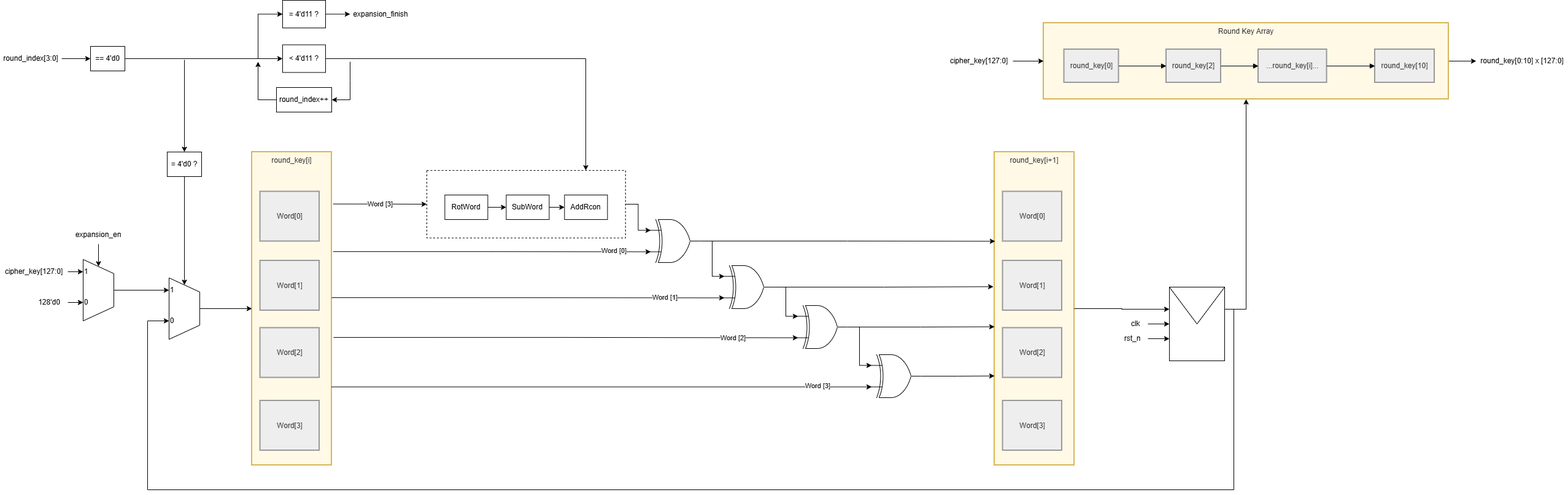
LQLManZz/AES128-Verilog keeps this draw.io diagram as media/AESKeyExpansionLowDes.png. Above is the earlier version. Source tidied: cells renumbered, new cells last; positions are measured from the earlier drawing's top-left corner, leaving out a move shared by most shapes.
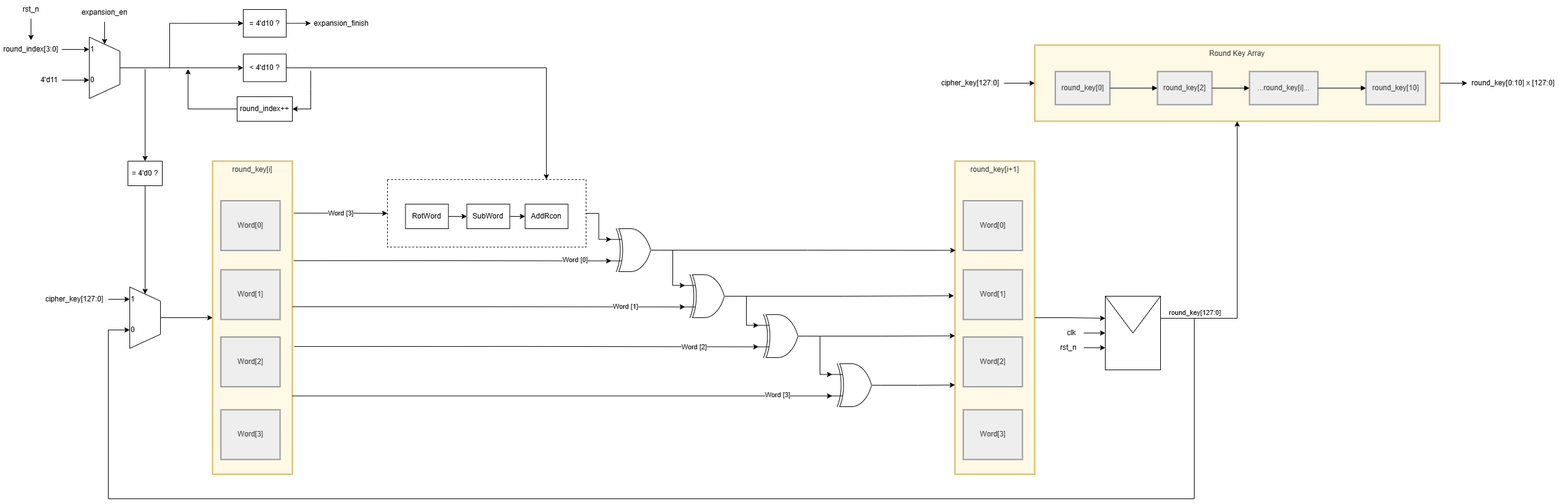
Later version of the same file.

Change to the diagram source:
```diff
@@ -6,7 +6,7 @@
       <mxGeometry relative="1" as="geometry" />
     </mxCell>
     <mxCell id="3" value="Round Key Array" style="whiteSpace=wrap;strokeWidth=2;verticalAlign=top;fillColor=#fff9e6;strokeColor=#d6b656;fontColor=light-dark(#333333,#cccccc);" parent="1" vertex="1">
-      <mxGeometry x="1700" y="37" width="660" height="124" as="geometry" />
+      <mxGeometry x="1750" y="58" width="660" height="124" as="geometry" />
     </mxCell>
     <mxCell id="4" value="round_key[0]" style="whiteSpace=wrap;strokeWidth=2;fillColor=light-dark(#eeeeee,#1f2020);strokeColor=light-dark(#999999,#cccccc);fontColor=light-dark(#333333,#cccccc);" parent="3" vertex="1">
       <mxGeometry x="33.5" y="43" width="89" height="54" as="geometry" />
@@ -33,7 +33,7 @@
       <mxGeometry x="1180" y="432" width="80" height="70" as="geometry" />
     </mxCell>
     <mxCell id="12" value="round_key[0:10] x [127:0]" style="text;html=1;whiteSpace=wrap;strokeColor=none;fillColor=none;align=center;verticalAlign=middle;rounded=0;" parent="1" vertex="1">
-      <mxGeometry x="2405" y="84" width="150" height="30" as="geometry" />
+      <mxGeometry x="2455" y="105" width="150" height="30" as="geometry" />
     </mxCell>
     <mxCell id="13" style="verticalLabelPosition=bottom;shadow=0;dashed=0;align=center;html=1;verticalAlign=top;shape=mxgraph.electrical.logic_gates.logic_gate;operation=xor;" parent="1" vertex="1">
       <mxGeometry x="1060" y="357" width="80" height="70" as="geometry" />
@@ -99,7 +99,7 @@
       <mxGeometry x="13.5" y="405" width="96.5" height="81" as="geometry" />
     </mxCell>
     <mxCell id="34" style="group;" parent="1" vertex="1">
-      <mxGeometry x="1820" y="467" width="175" height="120" as="geometry" />
+      <mxGeometry x="1780" y="467" width="175" height="120" as="geometry" />
     </mxCell>
     <mxCell id="35" style="shape=message;html=1;html=1;outlineConnect=0;labelPosition=center;verticalLabelPosition=bottom;align=center;verticalAlign=top;" parent="34" vertex="1">
       <mxGeometry x="85" width="90" height="120" as="geometry" />
@@ -122,6 +122,11 @@
     <mxCell id="41" style="edgeStyle=orthogonalEdgeStyle;rounded=0;jettySize=auto;html=1;exitX=1;exitY=0.3;exitDx=0;exitDy=0;entryX=0.5;entryY=1;entryDx=0;entryDy=0;" parent="1" edge="1" source="35" target="3">
       <mxGeometry relative="1" as="geometry" />
     </mxCell>
+    <mxCell id="95" value="round_key[127:0]" style="edgeLabel;html=1;align=center;verticalAlign=middle;" parent="41" vertex="1">
+      <mxGeometry x="0.35" y="-1" relative="1" as="geometry">
+        <mxPoint x="-71" y="165" as="offset" />
+      </mxGeometry>
+    </mxCell>
     <mxCell id="42" style="group;" parent="1" vertex="1">
       <mxGeometry x="410" y="247" width="130" height="510" as="geometry" />
     </mxCell>
@@ -205,28 +210,14 @@
       <mxGeometry relative="1" as="geometry" />
     </mxCell>
     <mxCell id="65" value="cipher_key[127:0]" style="text;html=1;whiteSpace=wrap;strokeColor=none;fillColor=none;align=center;verticalAlign=middle;rounded=0;" parent="1" vertex="1">
-      <mxGeometry x="1540" y="84" width="110" height="30" as="geometry" />
+      <mxGeometry x="1590" y="105" width="110" height="30" as="geometry" />
     </mxCell>
-    <mxCell id="66" style="edgeStyle=orthogonalEdgeStyle;rounded=0;jettySize=auto;html=1;" parent="1" edge="1" source="67" target="70">
-      <mxGeometry relative="1" as="geometry" />
-    </mxCell>
+    <mxCell id="96" style="edgeStyle=orthogonalEdgeStyle;rounded=0;jettySize=auto;html=1;exitX=1;exitY=0.5;exitDx=0;exitDy=0;entryX=0;entryY=0.5;entryDx=0;entryDy=0;" parent="1" edge="1" source="67" target="84">
+      <mxGeometry relative="1" as="geometry" />
+    </mxCell>
     <mxCell id="67" value="round_index[3:0]" style="text;html=1;whiteSpace=wrap;strokeColor=none;fillColor=none;align=center;verticalAlign=middle;rounded=0;" parent="1" vertex="1">
-      <mxGeometry y="80" width="100" height="30" as="geometry" />
+      <mxGeometry x="64" y="50" width="100" height="30" as="geometry" />
     </mxCell>
-    <mxCell id="68" style="edgeStyle=orthogonalEdgeStyle;rounded=0;jettySize=auto;html=1;exitX=1;exitY=0.5;exitDx=0;exitDy=0;entryX=0;entryY=0.5;entryDx=0;entryDy=0;" parent="1" edge="1" source="70" target="75">
-      <mxGeometry relative="1" as="geometry" />
-    </mxCell>
-    <mxCell id="69" style="edgeStyle=orthogonalEdgeStyle;rounded=0;jettySize=auto;html=1;exitX=1;exitY=0.5;exitDx=0;exitDy=0;entryX=0;entryY=0.5;entryDx=0;entryDy=0;" parent="1" edge="1" source="70" target="80">
-      <mxGeometry relative="1" as="geometry">
-        <Array as="points">
-          <mxPoint x="420" y="95" />
-          <mxPoint x="420" y="22" />
-        </Array>
-      </mxGeometry>
-    </mxCell>
-    <mxCell id="70" value="== 4'd0" style="whiteSpace=wrap;html=1;" parent="1" vertex="1">
-      <mxGeometry x="147" y="75" width="56" height="40" as="geometry" />
-    </mxCell>
     <mxCell id="71" style="verticalLabelPosition=middle;verticalAlign=middle;html=1;shape=trapezoid;perimeter=trapezoidPerimeter;whiteSpace=wrap;size=0.23;arcSize=10;flipV=1;labelPosition=center;align=center;legacyAnchorPoints=0;rotation=-90;" parent="1" vertex="1">
       <mxGeometry x="250" y="477" width="100" height="50" as="geometry" />
     </mxCell>
@@ -241,12 +232,16 @@
     <mxCell id="74" value="0" style="text;html=1;whiteSpace=wrap;strokeColor=none;fillColor=none;align=center;verticalAlign=middle;rounded=0;" parent="1" vertex="1">
       <mxGeometry x="275" y="512" width="10" height="20" as="geometry" />
     </mxCell>
-    <mxCell id="75" value="&amp;lt; 4'd11 ?" style="whiteSpace=wrap;html=1;" parent="1" vertex="1">
+    <mxCell id="75" value="&amp;lt; 4'd10 ?" style="whiteSpace=wrap;html=1;" parent="1" vertex="1">
       <mxGeometry x="460" y="72.5" width="70" height="45" as="geometry" />
     </mxCell>
     <mxCell id="76" style="edgeStyle=orthogonalEdgeStyle;rounded=0;jettySize=auto;html=1;exitX=0;exitY=0.5;exitDx=0;exitDy=0;" parent="1" edge="1" source="77">
       <mxGeometry relative="1" as="geometry">
-        <mxPoint x="420" y="100" as="targetPoint" />
+        <mxPoint x="370" y="97" as="targetPoint" />
+        <Array as="points">
+          <mxPoint x="370" y="162" />
+          <mxPoint x="370" y="100" />
+        </Array>
       </mxGeometry>
     </mxCell>
     <mxCell id="77" value="round_index++" style="whiteSpace=wrap;html=1;" parent="1" vertex="1">
@@ -264,52 +259,69 @@
     <mxCell id="79" style="edgeStyle=orthogonalEdgeStyle;rounded=0;jettySize=auto;html=1;" parent="1" edge="1" source="80" target="81">
       <mxGeometry relative="1" as="geometry" />
     </mxCell>
-    <mxCell id="80" value="= 4'd11 ?" style="whiteSpace=wrap;html=1;" parent="1" vertex="1">
+    <mxCell id="80" value="= 4'd10 ?" style="whiteSpace=wrap;html=1;" parent="1" vertex="1">
       <mxGeometry x="460" width="70" height="45" as="geometry" />
     </mxCell>
     <mxCell id="81" value="expansion_finish" style="text;html=1;whiteSpace=wrap;strokeColor=none;fillColor=none;align=center;verticalAlign=middle;rounded=0;" parent="1" vertex="1">
       <mxGeometry x="570" y="7.5" width="100" height="30" as="geometry" />
     </mxCell>
-    <mxCell id="82" style="edgeStyle=orthogonalEdgeStyle;rounded=0;jettySize=auto;html=1;exitX=0.5;exitY=0;exitDx=0;exitDy=0;entryX=0;entryY=0.5;entryDx=0;entryDy=0;" parent="1" edge="1" source="83" target="72">
-      <mxGeometry relative="1" as="geometry" />
-    </mxCell>
+    <mxCell id="86" style="edgeStyle=orthogonalEdgeStyle;rounded=0;jettySize=auto;html=1;exitX=0.5;exitY=1;exitDx=0;exitDy=0;entryX=1;entryY=0.5;entryDx=0;entryDy=0;" parent="1" edge="1" source="87" target="83">
+      <mxGeometry relative="1" as="geometry" />
+    </mxCell>
+    <mxCell id="87" value="expansion_en" style="text;html=1;whiteSpace=wrap;strokeColor=none;fillColor=none;align=center;verticalAlign=middle;rounded=0;" parent="1" vertex="1">
+      <mxGeometry x="194" y="-10" width="80" height="30" as="geometry" />
+    </mxCell>
+    <mxCell id="97" style="edgeStyle=orthogonalEdgeStyle;rounded=0;jettySize=auto;html=1;exitX=1;exitY=0.5;exitDx=0;exitDy=0;entryX=0;entryY=0.5;entryDx=0;entryDy=0;" parent="1" edge="1" source="89" target="72">
+      <mxGeometry relative="1" as="geometry" />
+    </mxCell>
+    <mxCell id="89" value="cipher_key[127:0]" style="text;html=1;whiteSpace=wrap;strokeColor=none;fillColor=none;align=center;verticalAlign=middle;rounded=0;" parent="1" vertex="1">
+      <mxGeometry x="130" y="457" width="110" height="30" as="geometry" />
+    </mxCell>
+    <mxCell id="92" style="edgeStyle=orthogonalEdgeStyle;rounded=0;jettySize=auto;html=1;exitX=0.5;exitY=1;exitDx=0;exitDy=0;entryX=1;entryY=0.5;entryDx=0;entryDy=0;" parent="1" edge="1" source="94" target="71">
+      <mxGeometry relative="1" as="geometry" />
+    </mxCell>
+    <mxCell id="93" style="edgeStyle=orthogonalEdgeStyle;rounded=0;jettySize=auto;html=1;exitX=0.5;exitY=0;exitDx=0;exitDy=0;entryX=0.5;entryY=0;entryDx=0;entryDy=0;" parent="1" edge="1" target="94">
+      <mxGeometry relative="1" as="geometry">
+        <mxPoint x="300" y="97" as="sourcePoint" />
+      </mxGeometry>
+    </mxCell>
+    <mxCell id="94" value="= 4'd0 ?" style="whiteSpace=wrap;html=1;" parent="1" vertex="1">
+      <mxGeometry x="272" y="247" width="56" height="40" as="geometry" />
+    </mxCell>
+    <mxCell id="98" style="edgeStyle=orthogonalEdgeStyle;rounded=0;jettySize=auto;html=1;exitX=0.5;exitY=1;exitDx=0;exitDy=0;entryX=0.5;entryY=0;entryDx=0;entryDy=0;" parent="1" edge="1" source="99" target="67">
+      <mxGeometry relative="1" as="geometry" />
+    </mxCell>
+    <mxCell id="99" value="rst_n" style="text;html=1;whiteSpace=wrap;strokeColor=none;fillColor=none;align=center;verticalAlign=middle;rounded=0;" parent="1" vertex="1">
+      <mxGeometry x="84" y="-15" width="60" height="30" as="geometry" />
+    </mxCell>
+    <mxCell id="100" style="group;flipH=0;legacyAnchorPoints=0;flipV=0;direction=west;" parent="1" vertex="1">
+      <mxGeometry x="184" y="55" width="100" height="70" as="geometry" />
+    </mxCell>
-    <mxCell id="83" style="verticalLabelPosition=middle;verticalAlign=middle;html=1;shape=trapezoid;perimeter=trapezoidPerimeter;whiteSpace=wrap;size=0.23;arcSize=10;flipV=1;labelPosition=center;align=center;legacyAnchorPoints=0;rotation=-90;" parent="1" vertex="1">
-      <mxGeometry x="110" y="447" width="100" height="50" as="geometry" />
+    <mxCell id="83" style="verticalLabelPosition=middle;verticalAlign=middle;html=1;shape=trapezoid;perimeter=trapezoidPerimeter;whiteSpace=wrap;size=0.23;arcSize=10;flipV=1;labelPosition=center;align=center;legacyAnchorPoints=0;rotation=-90;" parent="100" vertex="1">
+      <mxGeometry y="15" width="100" height="50" as="geometry" />
     </mxCell>
-    <mxCell id="84" value="1" style="text;html=1;whiteSpace=wrap;strokeColor=none;fillColor=none;align=center;verticalAlign=middle;rounded=0;" parent="1" vertex="1">
-      <mxGeometry x="135" y="432" width="10" height="20" as="geometry" />
+    <mxCell id="84" value="1" style="text;html=1;whiteSpace=wrap;strokeColor=none;fillColor=none;align=center;verticalAlign=middle;rounded=0;" parent="100" vertex="1">
+      <mxGeometry x="25" width="10" height="20" as="geometry" />
     </mxCell>
-    <mxCell id="85" value="0" style="text;html=1;whiteSpace=wrap;strokeColor=none;fillColor=none;align=center;verticalAlign=middle;rounded=0;" parent="1" vertex="1">
-      <mxGeometry x="135" y="482" width="10" height="20" as="geometry" />
+    <mxCell id="85" value="0" style="text;html=1;whiteSpace=wrap;strokeColor=none;fillColor=none;align=center;verticalAlign=middle;rounded=0;" parent="100" vertex="1">
+      <mxGeometry x="25" y="50" width="10" height="20" as="geometry" />
     </mxCell>
-    <mxCell id="86" style="edgeStyle=orthogonalEdgeStyle;rounded=0;jettySize=auto;html=1;exitX=0.5;exitY=1;exitDx=0;exitDy=0;entryX=1;entryY=0.5;entryDx=0;entryDy=0;" parent="1" edge="1" source="87" target="83">
-      <mxGeometry relative="1" as="geometry" />
-    </mxCell>
-    <mxCell id="87" value="expansion_en" style="text;html=1;whiteSpace=wrap;strokeColor=none;fillColor=none;align=center;verticalAlign=middle;rounded=0;" parent="1" vertex="1">
-      <mxGeometry x="120" y="367" width="80" height="30" as="geometry" />
-    </mxCell>
-    <mxCell id="88" style="edgeStyle=orthogonalEdgeStyle;rounded=0;jettySize=auto;html=1;exitX=1;exitY=0.5;exitDx=0;exitDy=0;entryX=0;entryY=0.5;entryDx=0;entryDy=0;" parent="1" edge="1" source="89" target="84">
-      <mxGeometry relative="1" as="geometry" />
-    </mxCell>
-    <mxCell id="89" value="cipher_key[127:0]" style="text;html=1;whiteSpace=wrap;strokeColor=none;fillColor=none;align=center;verticalAlign=middle;rounded=0;" parent="1" vertex="1">
-      <mxGeometry y="427" width="110" height="30" as="geometry" />
-    </mxCell>
-    <mxCell id="90" style="edgeStyle=orthogonalEdgeStyle;rounded=0;jettySize=auto;html=1;exitX=1;exitY=0.5;exitDx=0;exitDy=0;entryX=0;entryY=0.5;entryDx=0;entryDy=0;" parent="1" edge="1" source="91" target="85">
-      <mxGeometry relative="1" as="geometry" />
-    </mxCell>
-    <mxCell id="91" value="128'd0" style="text;html=1;whiteSpace=wrap;strokeColor=none;fillColor=none;align=center;verticalAlign=middle;rounded=0;" parent="1" vertex="1">
-      <mxGeometry x="50" y="477" width="60" height="30" as="geometry" />
-    </mxCell>
-    <mxCell id="92" style="edgeStyle=orthogonalEdgeStyle;rounded=0;jettySize=auto;html=1;exitX=0.5;exitY=1;exitDx=0;exitDy=0;entryX=1;entryY=0.5;entryDx=0;entryDy=0;" parent="1" edge="1" source="94" target="71">
-      <mxGeometry relative="1" as="geometry" />
-    </mxCell>
-    <mxCell id="93" style="edgeStyle=orthogonalEdgeStyle;rounded=0;jettySize=auto;html=1;exitX=0.5;exitY=0;exitDx=0;exitDy=0;entryX=0.5;entryY=0;entryDx=0;entryDy=0;" parent="1" edge="1" target="94">
-      <mxGeometry relative="1" as="geometry">
-        <mxPoint x="300" y="97" as="sourcePoint" />
-      </mxGeometry>
-    </mxCell>
-    <mxCell id="94" value="= 4'd0 ?" style="whiteSpace=wrap;html=1;" parent="1" vertex="1">
-      <mxGeometry x="272" y="247" width="56" height="40" as="geometry" />
-    </mxCell>
+    <mxCell id="101" style="edgeStyle=orthogonalEdgeStyle;rounded=0;jettySize=auto;html=1;exitX=0.5;exitY=0;exitDx=0;exitDy=0;entryX=0;entryY=0.5;entryDx=0;entryDy=0;" parent="1" edge="1" source="83" target="75">
+      <mxGeometry relative="1" as="geometry" />
+    </mxCell>
+    <mxCell id="102" style="edgeStyle=orthogonalEdgeStyle;rounded=0;jettySize=auto;html=1;exitX=0.5;exitY=0;exitDx=0;exitDy=0;entryX=0;entryY=0.5;entryDx=0;entryDy=0;" parent="1" edge="1" source="83" target="80">
+      <mxGeometry relative="1" as="geometry">
+        <Array as="points">
+          <mxPoint x="340" y="95" />
+          <mxPoint x="340" y="23" />
+        </Array>
+      </mxGeometry>
+    </mxCell>
+    <mxCell id="103" style="edgeStyle=orthogonalEdgeStyle;rounded=0;jettySize=auto;html=1;exitX=1;exitY=0.5;exitDx=0;exitDy=0;entryX=0;entryY=0.5;entryDx=0;entryDy=0;" parent="1" edge="1" source="104" target="85">
+      <mxGeometry relative="1" as="geometry" />
+    </mxCell>
+    <mxCell id="104" value="4'd11" style="text;html=1;whiteSpace=wrap;strokeColor=none;fillColor=none;align=center;verticalAlign=middle;rounded=0;" parent="1" vertex="1">
+      <mxGeometry x="124" y="100" width="40" height="30" as="geometry" />
+    </mxCell>
   </root>
 </mxGraphModel>
```
